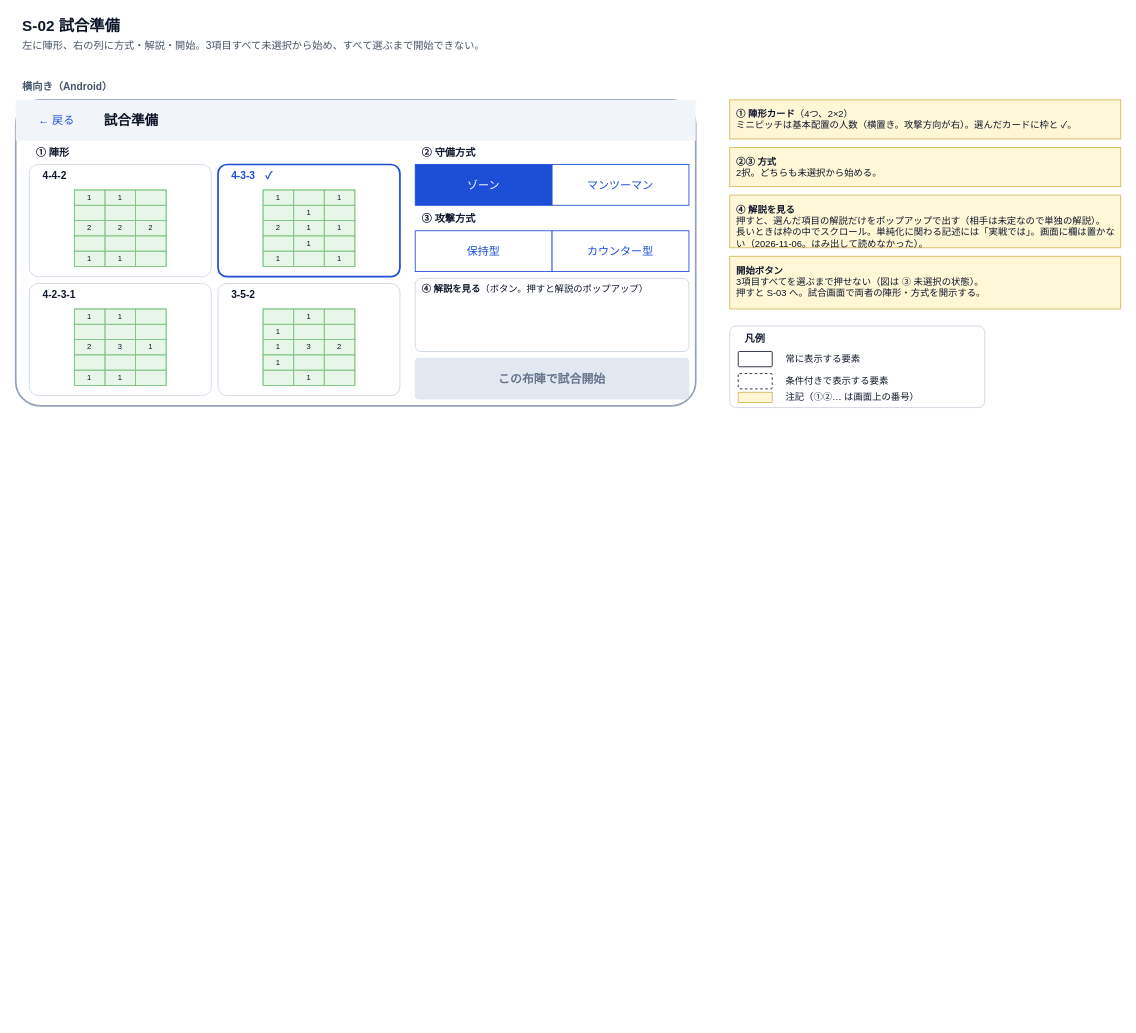
Earlier version of the draw.io diagram page "wireframe-s02-match-setup" (2 of 12) of soccer-game/docs/specs/2_basic-design/wireframes.drawio (n-yata/soccer-sim). Source tidied: cells renumbered, new cells numbered last; positions are measured from the earlier drawing's top-left corner, leaving out a move shared by most shapes. Both pictures are drawn from the tidied source at 85%, with x=0, y=0 at pixel (15, 14).
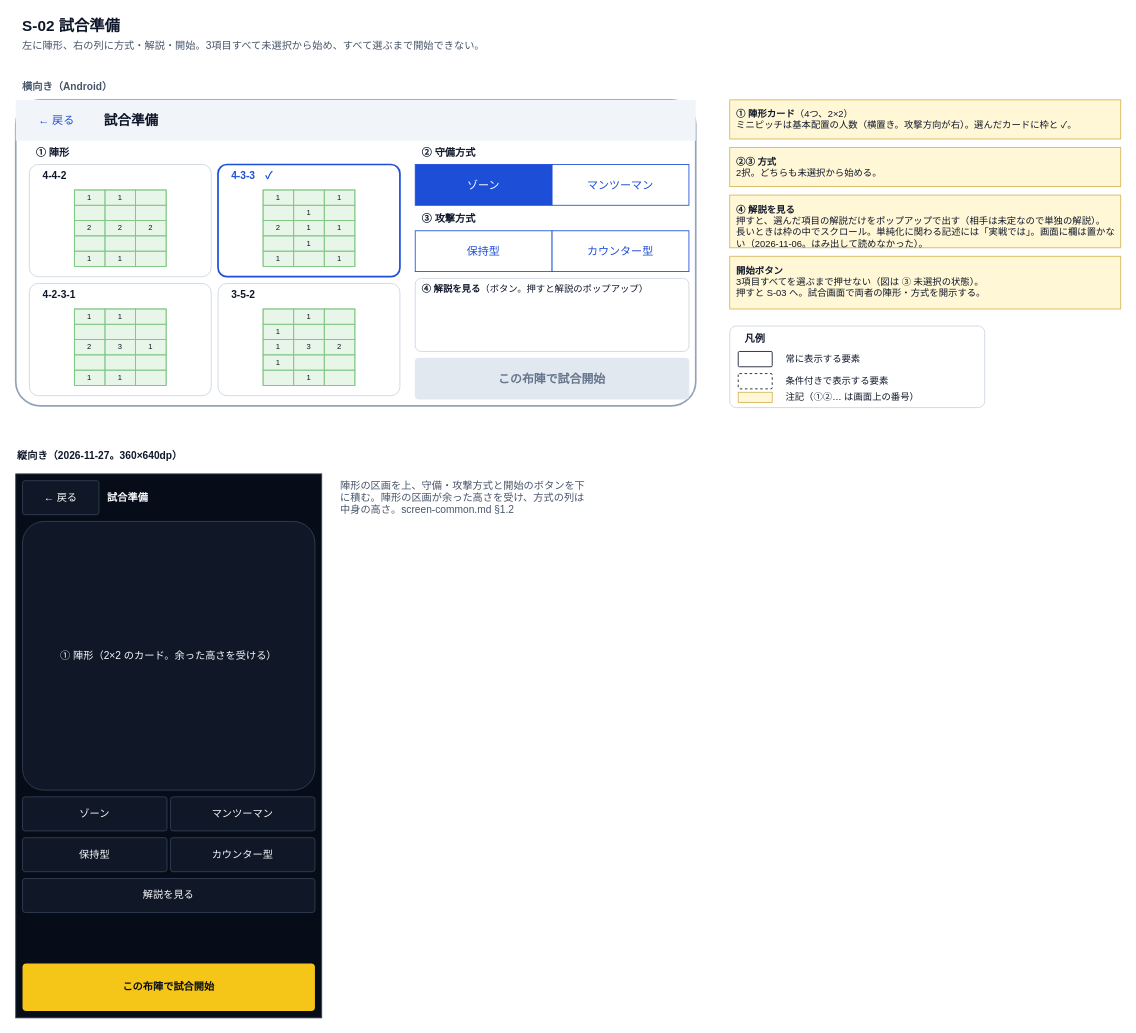
The same page after the edit.

Change to the diagram source:
```diff
@@
+    <mxCell id="102" value="縦向き（2026-11-27。360×640dp）" style="text;fontColor=#0F172A;fontStyle=1;align=left;verticalAlign=middle;whiteSpace=wrap;html=1;fontSize=12;" parent="1" vertex="1">
+      <mxGeometry y="506" width="360" height="26" as="geometry" />
+    </mxCell>
+    <mxCell id="103" style="fillColor=#070D18;strokeColor=#334155;whiteSpace=wrap;html=1;fontSize=12;" parent="1" vertex="1">
+      <mxGeometry y="540" width="360" height="640" as="geometry" />
+    </mxCell>
+    <mxCell id="104" value="← 戻る" style="rounded=1;arcSize=8;fillColor=#101827;strokeColor=#334155;fontColor=#F8FAFC;whiteSpace=wrap;html=1;fontSize=12;" parent="1" vertex="1">
+      <mxGeometry x="8" y="548" width="90" height="40" as="geometry" />
+    </mxCell>
+    <mxCell id="105" value="試合準備" style="text;fontColor=#F8FAFC;fontStyle=1;align=left;verticalAlign=middle;whiteSpace=wrap;html=1;fontSize=12;" parent="1" vertex="1">
+      <mxGeometry x="106" y="548" width="200" height="40" as="geometry" />
+    </mxCell>
+    <mxCell id="106" value="① 陣形（2×2 のカード。余った高さを受ける）" style="rounded=1;arcSize=8;fillColor=#101827;strokeColor=#334155;fontColor=#F8FAFC;whiteSpace=wrap;html=1;fontSize=12;" parent="1" vertex="1">
+      <mxGeometry x="8" y="596" width="344" height="316" as="geometry" />
+    </mxCell>
+    <mxCell id="107" value="ゾーン" style="rounded=1;arcSize=8;fillColor=#101827;strokeColor=#334155;fontColor=#F8FAFC;whiteSpace=wrap;html=1;fontSize=12;" parent="1" vertex="1">
+      <mxGeometry x="8" y="920" width="170" height="40" as="geometry" />
+    </mxCell>
+    <mxCell id="108" value="マンツーマン" style="rounded=1;arcSize=8;fillColor=#101827;strokeColor=#334155;fontColor=#F8FAFC;whiteSpace=wrap;html=1;fontSize=12;" parent="1" vertex="1">
+      <mxGeometry x="182" y="920" width="170" height="40" as="geometry" />
+    </mxCell>
+    <mxCell id="109" value="保持型" style="rounded=1;arcSize=8;fillColor=#101827;strokeColor=#334155;fontColor=#F8FAFC;whiteSpace=wrap;html=1;fontSize=12;" parent="1" vertex="1">
+      <mxGeometry x="8" y="968" width="170" height="40" as="geometry" />
+    </mxCell>
+    <mxCell id="110" value="カウンター型" style="rounded=1;arcSize=8;fillColor=#101827;strokeColor=#334155;fontColor=#F8FAFC;whiteSpace=wrap;html=1;fontSize=12;" parent="1" vertex="1">
+      <mxGeometry x="182" y="968" width="170" height="40" as="geometry" />
+    </mxCell>
+    <mxCell id="111" value="解説を見る" style="rounded=1;arcSize=8;fillColor=#101827;strokeColor=#334155;fontColor=#F8FAFC;whiteSpace=wrap;html=1;fontSize=12;" parent="1" vertex="1">
+      <mxGeometry x="8" y="1016" width="344" height="40" as="geometry" />
+    </mxCell>
+    <mxCell id="112" value="この布陣で試合開始" style="rounded=1;arcSize=8;fillColor=#F5C518;strokeColor=none;fontColor=#070D18;fontStyle=1;whiteSpace=wrap;html=1;fontSize=12;" parent="1" vertex="1">
+      <mxGeometry x="8" y="1116" width="344" height="56" as="geometry" />
+    </mxCell>
+    <mxCell id="113" value="陣形の区画を上、守備・攻撃方式と開始のボタンを下に積む。陣形の区画が余った高さを受け、方式の列は中身の高さ。screen-common.md §1.2" style="text;fontColor=#475569;fontSize=11;align=left;verticalAlign=top;whiteSpace=wrap;whiteSpace=wrap;html=1;fontSize=12;" parent="1" vertex="1">
+      <mxGeometry x="380" y="540" width="300" height="200" as="geometry" />
+    </mxCell>
```
